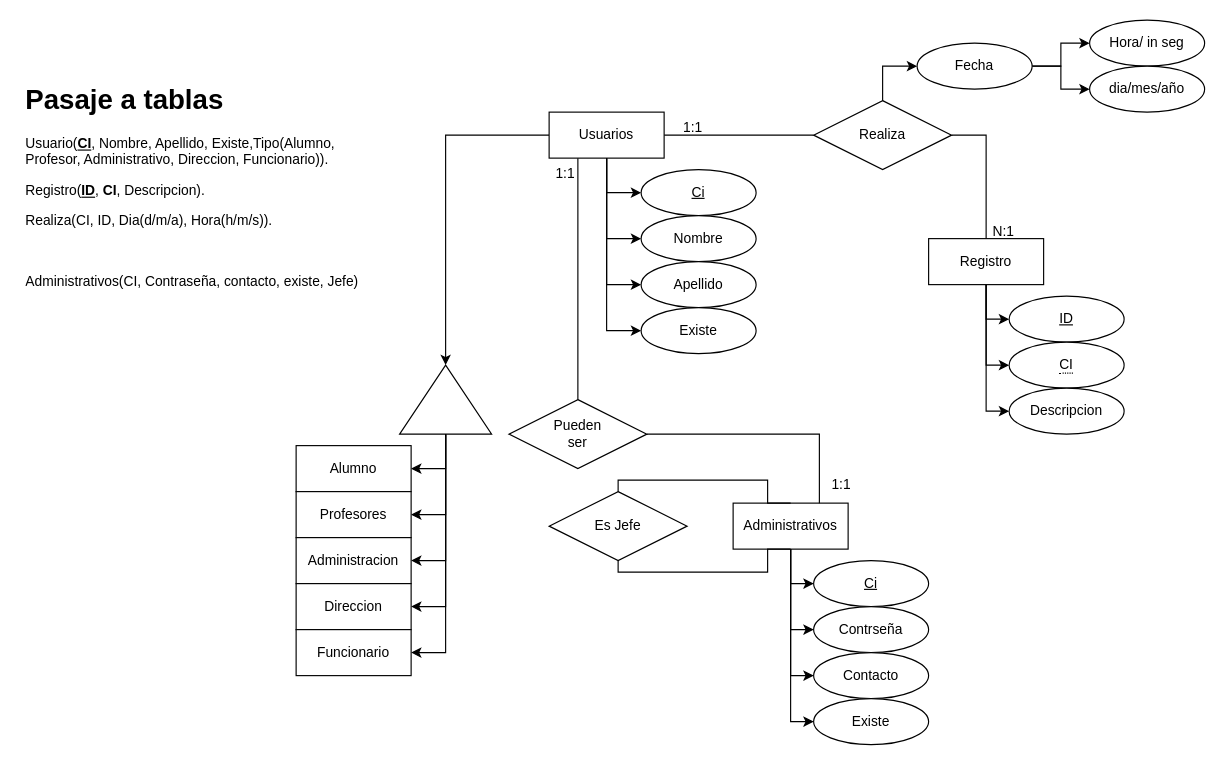
Earlier version of the draw.io diagram page "MER" (1 of 3) of Diagramas/Regitro de entrarada.drawio (Storio-Proyecto-Terciario/RegistroEntrada). Source tidied: cells renumbered, new cells numbered last; positions are measured from the earlier drawing's top-left corner, leaving out a move shared by most shapes. Both pictures are drawn from the tidied source at 115%, with x=0, y=0 at pixel (20, 20).
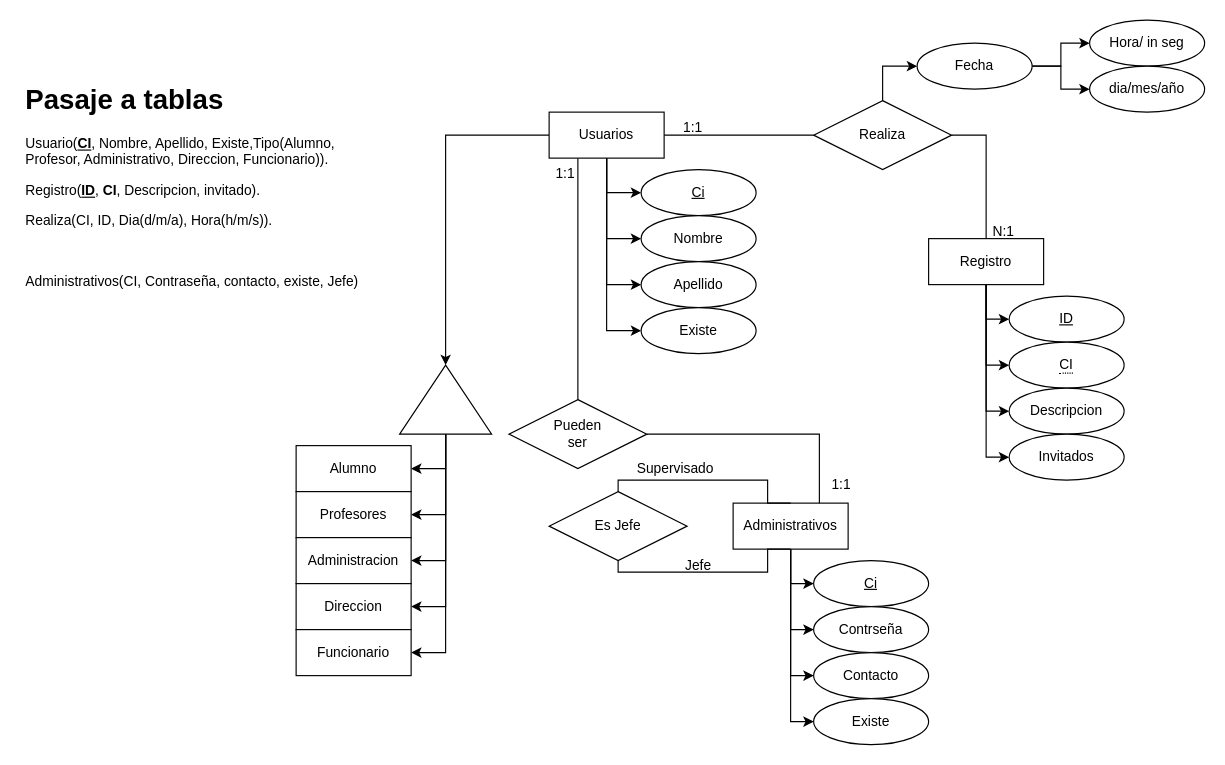
The same diagram, later.

The change refers to these unchanged cells:
```xml
<mxCell id="2" style="group;" parent="1" vertex="1">
  <mxGeometry x="460" y="400" width="330" height="190" as="geometry" />
</mxCell>
<mxCell id="27" value="Registro" style="whiteSpace=wrap;html=1;align=center;" parent="1" vertex="1">
  <mxGeometry x="790" y="190" width="100" height="40" as="geometry" />
</mxCell>
```

Change to the diagram source:
```diff
@@
+    <mxCell id="61" value="Jefe" style="text;html=1;strokeColor=none;fillColor=none;align=center;verticalAlign=middle;whiteSpace=wrap;rounded=0;" parent="2" vertex="1">
+      <mxGeometry x="100" y="60" width="60" height="30" as="geometry" />
+    </mxCell>
@@
+    <mxCell id="62" style="edgeStyle=orthogonalEdgeStyle;rounded=0;jettySize=auto;html=1;entryX=0;entryY=0.5;entryDx=0;entryDy=0;" parent="1" edge="1" source="27" target="63">
+      <mxGeometry relative="1" as="geometry" />
+    </mxCell>
@@
-    <mxCell id="58" value="&lt;h1&gt;Pasaje a tablas&lt;/h1&gt;&lt;p&gt;Usuario(&lt;u&gt;&lt;b&gt;CI&lt;/b&gt;&lt;/u&gt;, Nombre, Apellido, Existe,Tipo(Alumno, Profesor, Administrativo, Direccion, Funcionario)).&lt;/p&gt;&lt;p&gt;Registro(&lt;u&gt;&lt;b&gt;ID&lt;/b&gt;&lt;/u&gt;, &lt;b&gt;CI&lt;/b&gt;, Descripcion).&lt;/p&gt;&lt;p&gt;Realiza(CI, ID, Dia(d/m/a), Hora(h/m/s)).&lt;/p&gt;&lt;p&gt;&lt;br&gt;&lt;/p&gt;&lt;p&gt;Administrativos(CI, Contraseña, contacto, existe, Jefe)&lt;/p&gt;&lt;p&gt;&lt;br&gt;&lt;/p&gt;" style="text;html=1;strokeColor=none;fillColor=none;spacing=5;spacingTop=-20;whiteSpace=wrap;overflow=hidden;rounded=0;" parent="1" vertex="1">
+    <mxCell id="58" value="&lt;h1&gt;Pasaje a tablas&lt;/h1&gt;&lt;p&gt;Usuario(&lt;u&gt;&lt;b&gt;CI&lt;/b&gt;&lt;/u&gt;, Nombre, Apellido, Existe,Tipo(Alumno, Profesor, Administrativo, Direccion, Funcionario)).&lt;/p&gt;&lt;p&gt;Registro(&lt;u&gt;&lt;b&gt;ID&lt;/b&gt;&lt;/u&gt;, &lt;b&gt;CI&lt;/b&gt;, Descripcion, invitado).&lt;/p&gt;&lt;p&gt;Realiza(CI, ID, Dia(d/m/a), Hora(h/m/s)).&lt;/p&gt;&lt;p&gt;&lt;br&gt;&lt;/p&gt;&lt;p&gt;Administrativos(CI, Contraseña, contacto, existe, Jefe)&lt;/p&gt;&lt;p&gt;&lt;br&gt;&lt;/p&gt;" style="text;html=1;strokeColor=none;fillColor=none;spacing=5;spacingTop=-20;whiteSpace=wrap;overflow=hidden;rounded=0;" parent="1" vertex="1">
       <mxGeometry y="50" width="300" height="260" as="geometry" />
     </mxCell>
@@
+    <mxCell id="63" value="Invitados" style="ellipse;whiteSpace=wrap;html=1;align=center;" parent="1" vertex="1">
+      <mxGeometry x="860" y="360" width="100" height="40" as="geometry" />
+    </mxCell>
+    <mxCell id="64" value="Supervisado" style="text;html=1;strokeColor=none;fillColor=none;align=center;verticalAlign=middle;whiteSpace=wrap;rounded=0;" parent="1" vertex="1">
+      <mxGeometry x="540" y="375" width="60" height="30" as="geometry" />
+    </mxCell>
```
